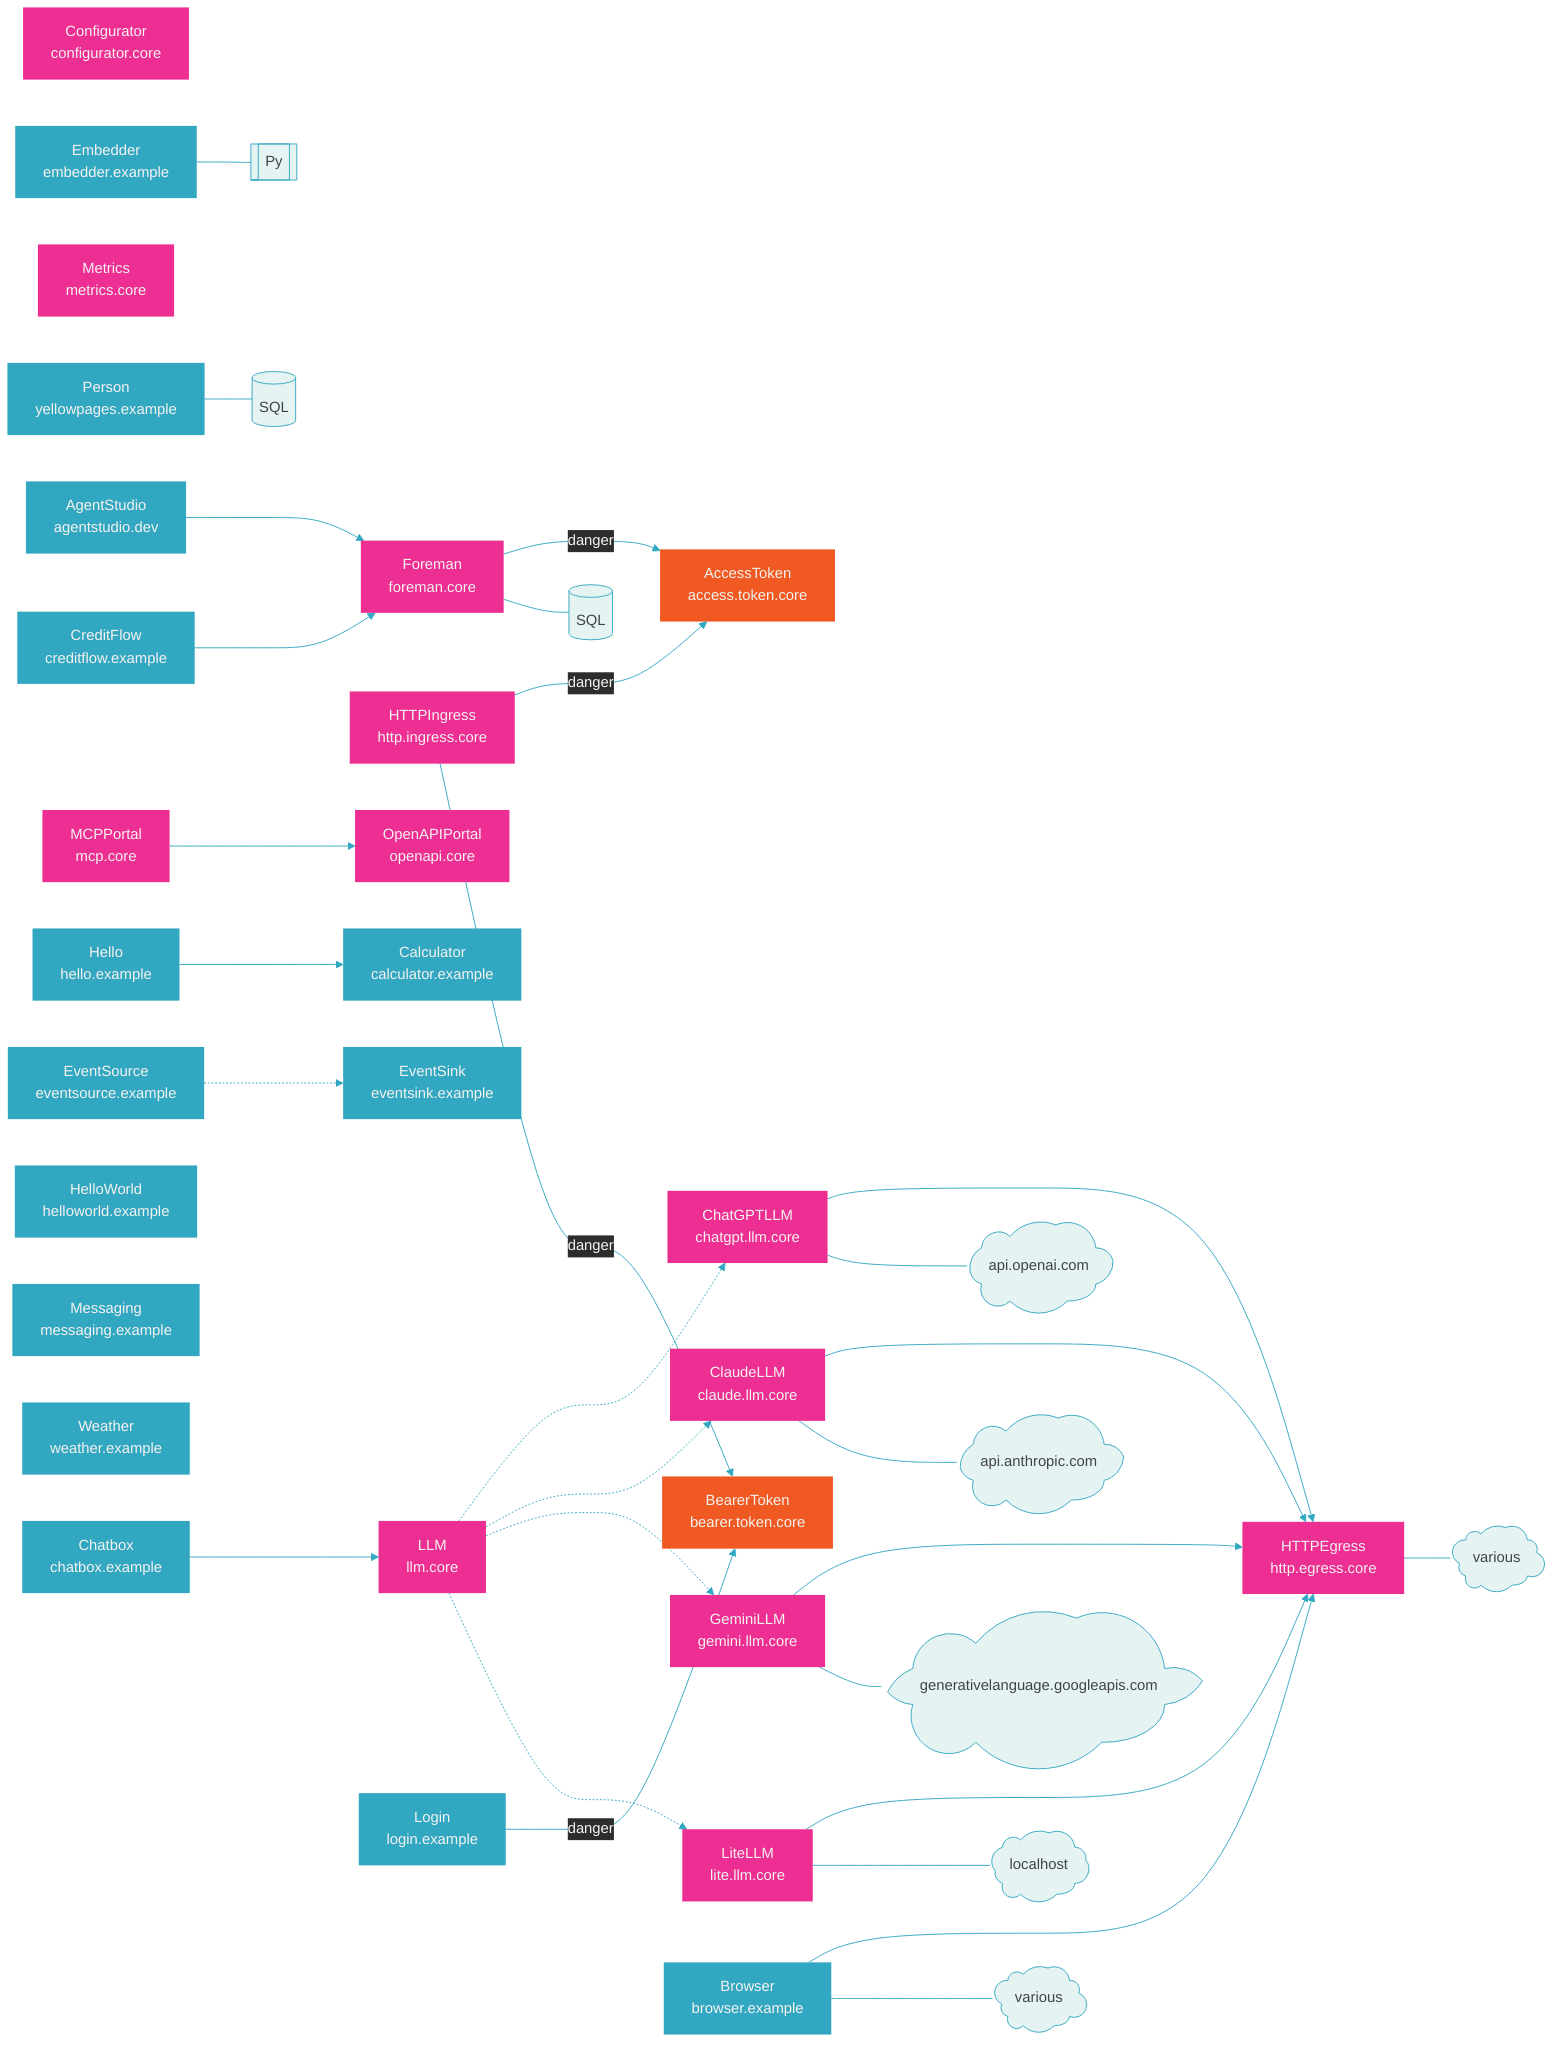
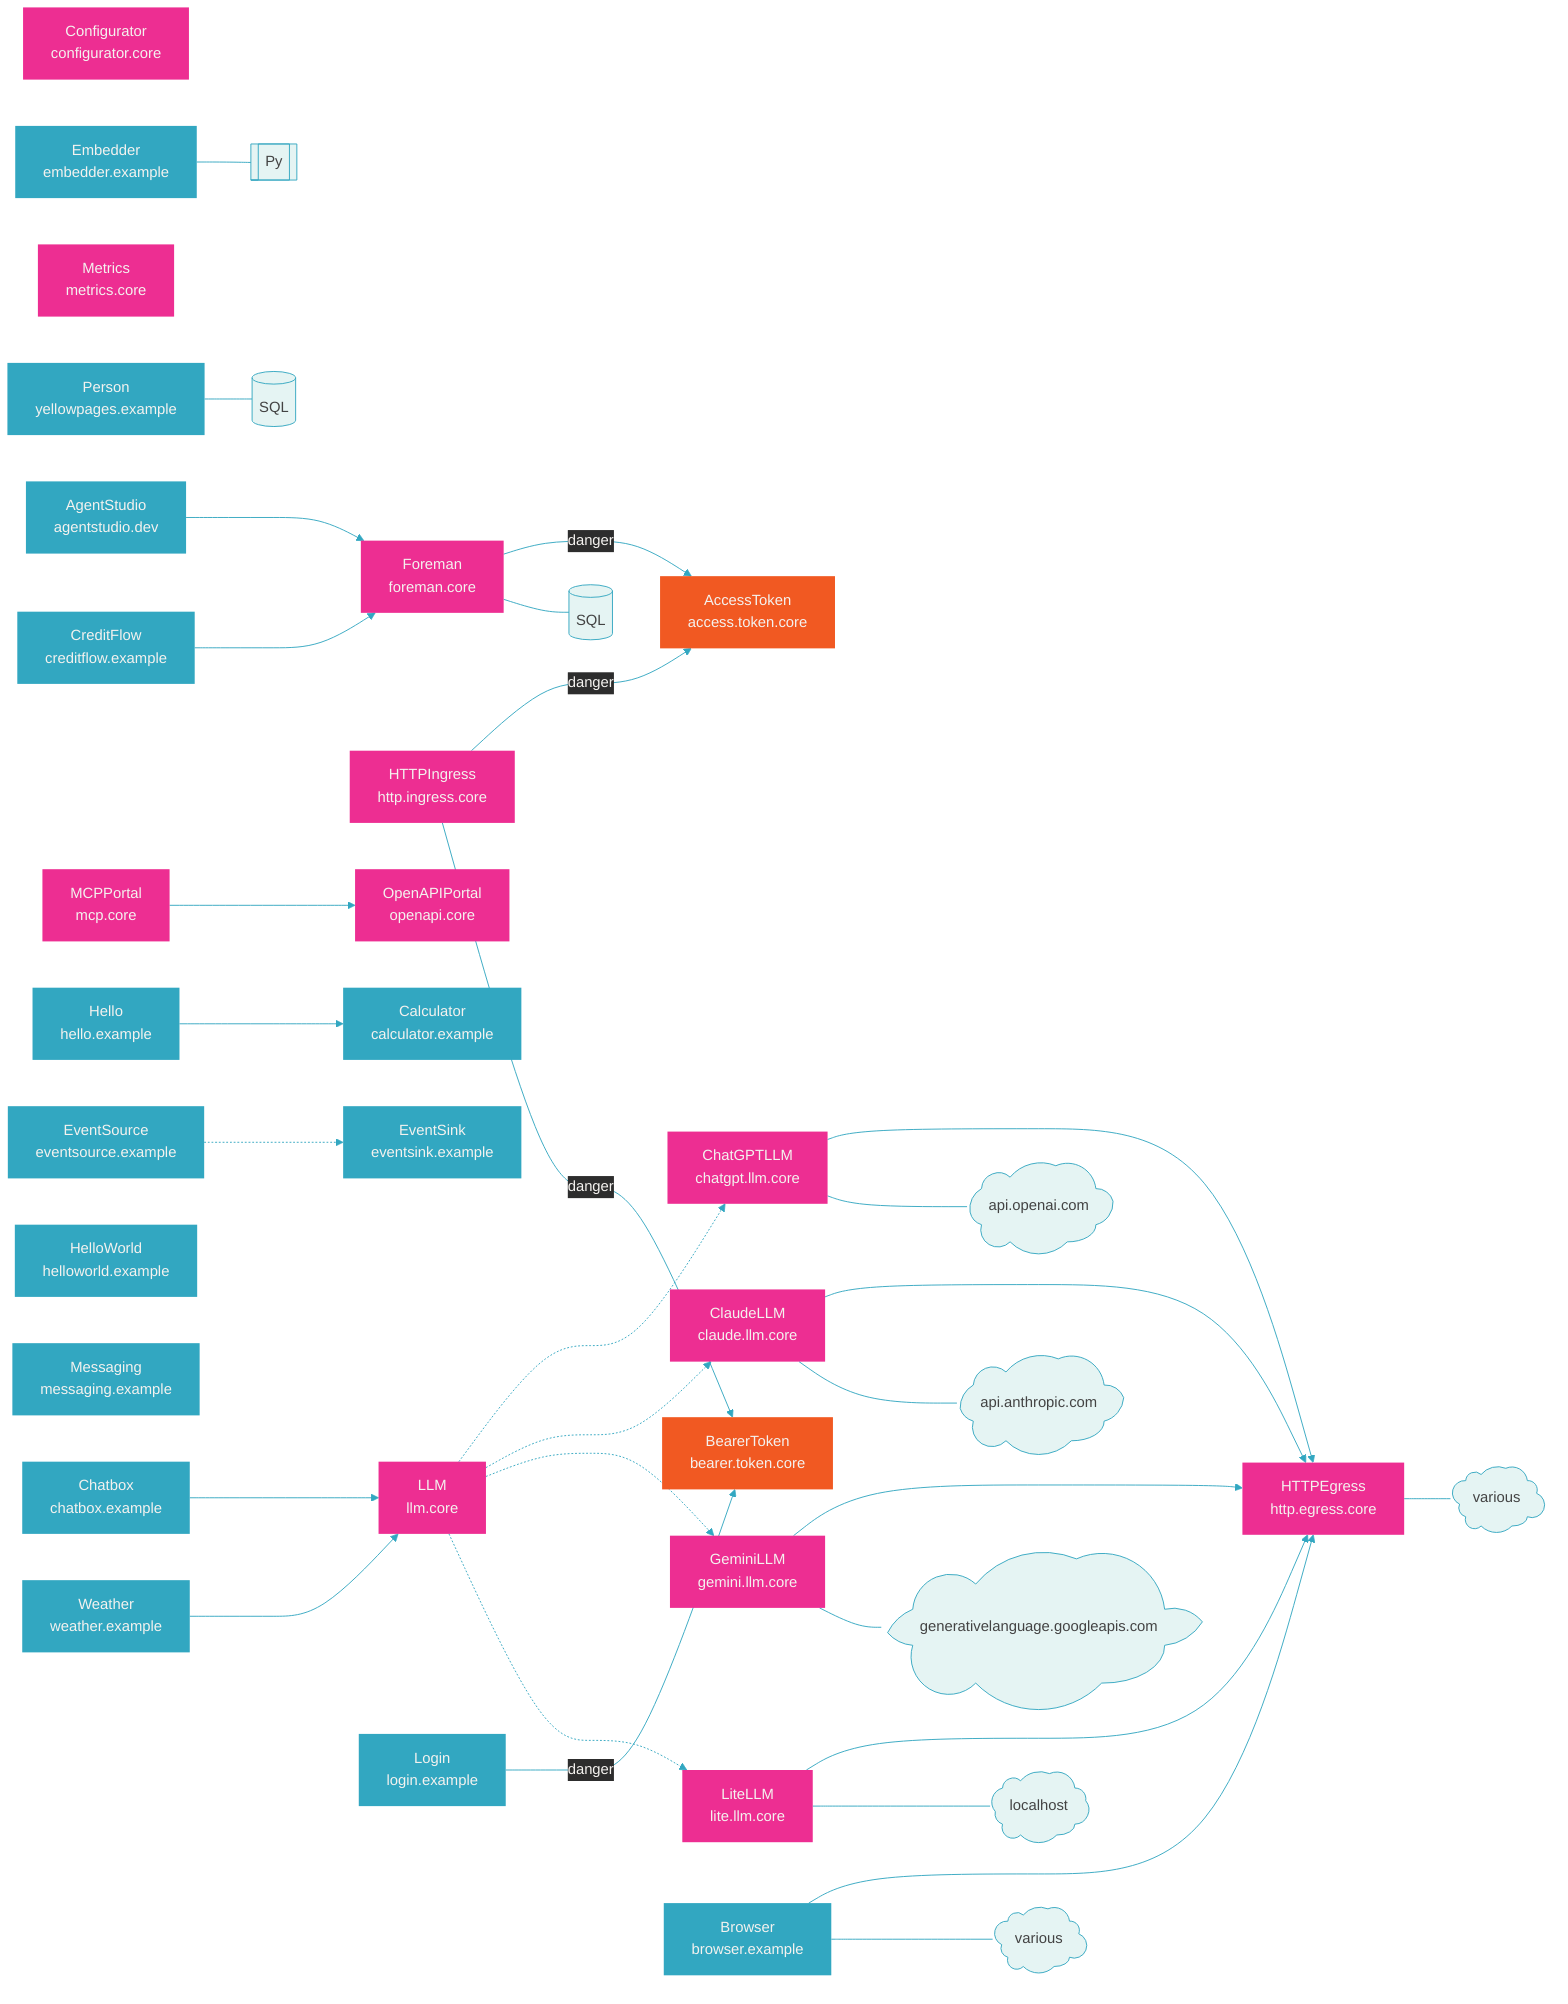
%%{init: {'themeVariables': {'lineColor': '#32a7c1', 'edgeLabelBackground': '#2d2d2d', 'textColor': '#f4f2ef'}}}%%
graph LR
    classDef core fill:#ed2e92,color:#f4f2ef,stroke-width:0px
    classDef svc fill:#32a7c1,color:#f4f2ef,stroke-width:0px
    classDef danger fill:#f15922,color:#f4f2ef,stroke-width:0px
    classDef ext fill:#e5f4f3,color:#434343,stroke:#32a7c1

    configurator.core[Configurator<br>configurator.core]
    http.egress.core[HTTPEgress<br>http.egress.core] --- http.egress.core.cloud@{shape: cloud, label: "various"}
    foreman.core[Foreman<br>foreman.core] --->|danger| access.token.core[AccessToken<br>access.token.core]
    foreman.core --- foreman.core.db[(SQL)]
    http.ingress.core[HTTPIngress<br>http.ingress.core] --->|danger| access.token.core
    http.ingress.core --->|danger| bearer.token.core[BearerToken<br>bearer.token.core]
    llm.core[LLM<br>llm.core]
    chatgpt.llm.core[ChatGPTLLM<br>chatgpt.llm.core] ---> http.egress.core
    llm.core -..-> chatgpt.llm.core
    chatgpt.llm.core --- chatgpt.llm.core.cloud@{shape: cloud, label: "api.openai.com"}
    claude.llm.core[ClaudeLLM<br>claude.llm.core] ---> http.egress.core
    llm.core -..-> claude.llm.core
    claude.llm.core --- claude.llm.core.cloud@{shape: cloud, label: "api.anthropic.com"}
    gemini.llm.core[GeminiLLM<br>gemini.llm.core] ---> http.egress.core
    llm.core -..-> gemini.llm.core
    gemini.llm.core --- gemini.llm.core.cloud@{shape: cloud, label: "generativelanguage.googleapis.com"}
    lite.llm.core[LiteLLM<br>lite.llm.core] ---> http.egress.core
    llm.core -..-> lite.llm.core
    lite.llm.core --- lite.llm.core.cloud@{shape: cloud, label: "localhost"}
    mcp.core[MCPPortal<br>mcp.core] ---> openapi.core[OpenAPIPortal<br>openapi.core]
    metrics.core[Metrics<br>metrics.core]
    agentstudio.dev[AgentStudio<br>agentstudio.dev] ---> foreman.core
    browser.example[Browser<br>browser.example] ---> http.egress.core
    browser.example --- browser.example.cloud@{shape: cloud, label: "various"}
    calculator.example[Calculator<br>calculator.example]
    chatbox.example[Chatbox<br>chatbox.example] ---> llm.core
    creditflow.example[CreditFlow<br>creditflow.example] ---> foreman.core
    embedder.example[Embedder<br>embedder.example] --- embedder.example.py[[Py]]
    eventsource.example[EventSource<br>eventsource.example] -..-> eventsink.example[EventSink<br>eventsink.example]
    hello.example[Hello<br>hello.example] ---> calculator.example
    helloworld.example[HelloWorld<br>helloworld.example]
    login.example[Login<br>login.example] --->|danger| bearer.token.core
    messaging.example[Messaging<br>messaging.example]
-     weather.example[Weather<br>weather.example]
+     weather.example[Weather<br>weather.example] ---> llm.core
    yellowpages.example[Person<br>yellowpages.example] --- yellowpages.example.db[(SQL)]

    class agentstudio.dev,browser.example,calculator.example,chatbox.example,creditflow.example,embedder.example,eventsink.example,eventsource.example,hello.example,helloworld.example,login.example,messaging.example,weather.example,yellowpages.example svc
    class configurator.core,http.egress.core,foreman.core,http.ingress.core,llm.core,chatgpt.llm.core,claude.llm.core,gemini.llm.core,lite.llm.core,mcp.core,metrics.core,openapi.core core
    class access.token.core,bearer.token.core danger
    class http.egress.core.cloud,foreman.core.db,chatgpt.llm.core.cloud,claude.llm.core.cloud,gemini.llm.core.cloud,lite.llm.core.cloud,browser.example.cloud,embedder.example.py,yellowpages.example.db ext
